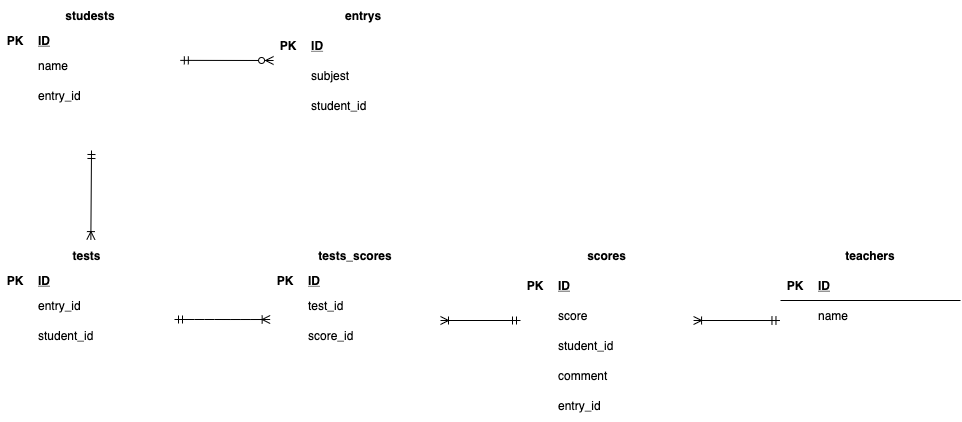
katorifuge/20210519teramoto keeps this draw.io diagram as index.drawio.png. Above is the earlier version. Source tidied: cells renumbered, new cells last; positions are measured from the earlier drawing's top-left corner, leaving out a move shared by most shapes.
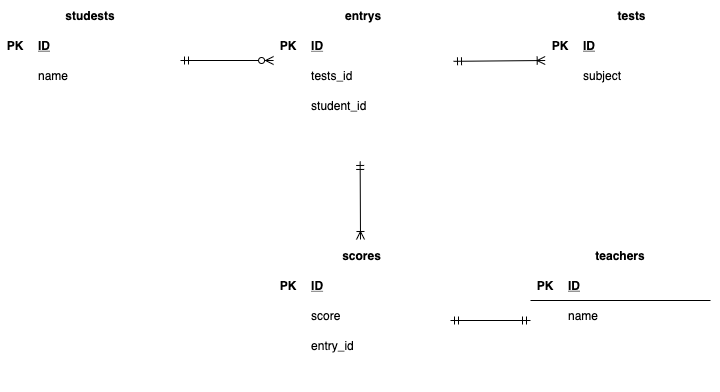
Later version of the same file.

Diff of the diagram source:
```diff
@@ -3,37 +3,37 @@
     <mxCell id="0" />
     <mxCell id="1" parent="0" />
     <mxCell id="2" value="tests" style="shape=table;startSize=30;rowLines=0;fontStyle=1;align=center;strokeColor=#FFFFFF;" parent="1" vertex="1">
-      <mxGeometry y="240" width="173.1" height="150" as="geometry" />
+      <mxGeometry x="545" width="173.1" height="160" as="geometry" />
     </mxCell>
     <mxCell id="3" style="shape=partialRectangle;fillColor=none;top=0;left=0;bottom=1;right=0;strokeColor=#FFFFFF;" parent="2" vertex="1">
-      <mxGeometry y="30" width="173.1" height="20" as="geometry" />
+      <mxGeometry y="30" width="173.1" height="30" as="geometry" />
     </mxCell>
     <mxCell id="4" value="PK" style="shape=partialRectangle;fillColor=none;top=0;left=0;bottom=0;right=0;fontStyle=1;overflow=hidden;strokeColor=#FFFFFF;" parent="3" vertex="1">
-      <mxGeometry width="30" height="20" as="geometry" />
+      <mxGeometry width="30" height="30" as="geometry" />
     </mxCell>
     <mxCell id="5" value="ID" style="shape=partialRectangle;fillColor=none;top=0;left=0;bottom=0;right=0;align=left;spacingLeft=6;fontStyle=5;overflow=hidden;strokeColor=#FFFFFF;" parent="3" vertex="1">
-      <mxGeometry x="30" width="143.1" height="20" as="geometry" />
+      <mxGeometry x="30" width="143.1" height="30" as="geometry" />
     </mxCell>
     <mxCell id="6" style="shape=partialRectangle;fillColor=none;top=0;left=0;bottom=0;right=0;strokeColor=#FFFFFF;" parent="2" vertex="1">
-      <mxGeometry y="50" width="173.1" height="30" as="geometry" />
+      <mxGeometry y="60" width="173.1" height="30" as="geometry" />
     </mxCell>
     <mxCell id="7" style="shape=partialRectangle;fillColor=none;top=0;left=0;bottom=0;right=0;overflow=hidden;strokeColor=#FFFFFF;" parent="6" vertex="1">
       <mxGeometry width="30" height="30" as="geometry" />
     </mxCell>
-    <mxCell id="8" value="entry_id" style="shape=partialRectangle;fillColor=none;top=0;left=0;bottom=0;right=0;align=left;spacingLeft=6;overflow=hidden;strokeColor=#FFFFFF;" parent="6" vertex="1">
+    <mxCell id="8" value="subject" style="shape=partialRectangle;fillColor=none;top=0;left=0;bottom=0;right=0;align=left;spacingLeft=6;overflow=hidden;strokeColor=#FFFFFF;" parent="6" vertex="1">
       <mxGeometry x="30" width="143.1" height="30" as="geometry" />
     </mxCell>
     <mxCell id="9" style="shape=partialRectangle;fillColor=none;top=0;left=0;bottom=0;right=0;strokeColor=#FFFFFF;" parent="2" vertex="1">
-      <mxGeometry y="80" width="173.1" height="30" as="geometry" />
+      <mxGeometry y="90" width="173.1" height="30" as="geometry" />
     </mxCell>
     <mxCell id="10" style="shape=partialRectangle;fillColor=none;top=0;left=0;bottom=0;right=0;overflow=hidden;strokeColor=#FFFFFF;" parent="9" vertex="1">
       <mxGeometry width="30" height="30" as="geometry" />
     </mxCell>
-    <mxCell id="11" value="student_id" style="shape=partialRectangle;fillColor=none;top=0;left=0;bottom=0;right=0;align=left;spacingLeft=6;overflow=hidden;strokeColor=#FFFFFF;" parent="9" vertex="1">
+    <mxCell id="11" style="shape=partialRectangle;fillColor=none;top=0;left=0;bottom=0;right=0;align=left;spacingLeft=6;overflow=hidden;strokeColor=#FFFFFF;" parent="9" vertex="1">
       <mxGeometry x="30" width="143.1" height="30" as="geometry" />
     </mxCell>
     <mxCell id="12" style="shape=partialRectangle;fillColor=none;top=0;left=0;bottom=0;right=0;strokeColor=#FFFFFF;" parent="2" vertex="1">
-      <mxGeometry y="110" width="173.1" height="30" as="geometry" />
+      <mxGeometry y="120" width="173.1" height="30" as="geometry" />
     </mxCell>
     <mxCell id="13" style="shape=partialRectangle;fillColor=none;top=0;left=0;bottom=0;right=0;overflow=hidden;strokeColor=#FFFFFF;" parent="12" vertex="1">
       <mxGeometry width="30" height="30" as="geometry" />
@@ -42,19 +42,19 @@
       <mxGeometry x="30" width="143.1" height="30" as="geometry" />
     </mxCell>
     <mxCell id="15" value="studests" style="shape=table;startSize=30;rowLines=0;fontStyle=1;align=center;strokeColor=#FFFFFF;" parent="1" vertex="1">
-      <mxGeometry width="180" height="150" as="geometry" />
+      <mxGeometry width="180" height="160" as="geometry" />
     </mxCell>
     <mxCell id="16" style="shape=partialRectangle;fillColor=none;top=0;left=0;bottom=1;right=0;strokeColor=#FFFFFF;" parent="15" vertex="1">
-      <mxGeometry y="30" width="180" height="20" as="geometry" />
+      <mxGeometry y="30" width="180" height="30" as="geometry" />
     </mxCell>
     <mxCell id="17" value="PK" style="shape=partialRectangle;fillColor=none;top=0;left=0;bottom=0;right=0;fontStyle=1;overflow=hidden;strokeColor=#FFFFFF;" parent="16" vertex="1">
-      <mxGeometry width="30" height="20" as="geometry" />
+      <mxGeometry width="30" height="30" as="geometry" />
     </mxCell>
     <mxCell id="18" value="ID" style="shape=partialRectangle;fillColor=none;top=0;left=0;bottom=0;right=0;align=left;spacingLeft=6;fontStyle=5;overflow=hidden;strokeColor=#FFFFFF;" parent="16" vertex="1">
-      <mxGeometry x="30" width="150" height="20" as="geometry" />
+      <mxGeometry x="30" width="150" height="30" as="geometry" />
     </mxCell>
     <mxCell id="19" style="shape=partialRectangle;fillColor=none;top=0;left=0;bottom=0;right=0;points=[[0,0.5],[1,0.5]];portConstraint=eastwest;strokeColor=#FFFFFF;" parent="15" vertex="1">
-      <mxGeometry y="50" width="180" height="30" as="geometry" />
+      <mxGeometry y="60" width="180" height="30" as="geometry" />
     </mxCell>
     <mxCell id="20" style="shape=partialRectangle;fillColor=none;top=0;left=0;bottom=0;right=0;overflow=hidden;strokeColor=#FFFFFF;" parent="19" vertex="1">
       <mxGeometry width="30" height="30" as="geometry" />
@@ -63,16 +63,16 @@
       <mxGeometry x="30" width="150" height="30" as="geometry" />
     </mxCell>
     <mxCell id="22" style="shape=partialRectangle;fillColor=none;top=0;left=0;bottom=0;right=0;strokeColor=#FFFFFF;" parent="15" vertex="1">
-      <mxGeometry y="80" width="180" height="30" as="geometry" />
+      <mxGeometry y="90" width="180" height="30" as="geometry" />
     </mxCell>
     <mxCell id="23" style="shape=partialRectangle;fillColor=none;top=0;left=0;bottom=0;right=0;overflow=hidden;strokeColor=#FFFFFF;" parent="22" vertex="1">
       <mxGeometry width="30" height="30" as="geometry" />
     </mxCell>
-    <mxCell id="24" value="entry_id" style="shape=partialRectangle;fillColor=none;top=0;left=0;bottom=0;right=0;align=left;spacingLeft=6;overflow=hidden;strokeColor=#FFFFFF;" parent="22" vertex="1">
+    <mxCell id="24" style="shape=partialRectangle;fillColor=none;top=0;left=0;bottom=0;right=0;align=left;spacingLeft=6;overflow=hidden;strokeColor=#FFFFFF;" parent="22" vertex="1">
       <mxGeometry x="30" width="150" height="30" as="geometry" />
     </mxCell>
     <mxCell id="25" style="shape=partialRectangle;fillColor=none;top=0;left=0;bottom=0;right=0;strokeColor=#FFFFFF;" parent="15" vertex="1">
-      <mxGeometry y="110" width="180" height="30" as="geometry" />
+      <mxGeometry y="120" width="180" height="30" as="geometry" />
     </mxCell>
     <mxCell id="26" style="shape=partialRectangle;fillColor=none;top=0;left=0;bottom=0;right=0;overflow=hidden;strokeColor=#FFFFFF;" parent="25" vertex="1">
       <mxGeometry width="30" height="30" as="geometry" />
@@ -84,7 +84,7 @@
       <mxGeometry x="273.1" width="180" height="140" as="geometry" />
     </mxCell>
     <mxCell id="29" value="entrys" style="shape=table;startSize=30;rowLines=0;fontStyle=1;align=center;strokeColor=#FFFFFF;" parent="28" vertex="1">
-      <mxGeometry width="180" height="150" as="geometry" />
+      <mxGeometry width="180" height="160" as="geometry" />
     </mxCell>
     <mxCell id="30" style="shape=partialRectangle;fillColor=none;top=0;left=0;bottom=1;right=0;strokeColor=#FFFFFF;" parent="29" vertex="1">
       <mxGeometry y="30" width="180" height="30" as="geometry" />
@@ -101,7 +101,7 @@
     <mxCell id="34" style="shape=partialRectangle;fillColor=none;top=0;left=0;bottom=0;right=0;overflow=hidden;strokeColor=#FFFFFF;" parent="33" vertex="1">
       <mxGeometry width="30" height="30" as="geometry" />
     </mxCell>
-    <mxCell id="35" value="subjest" style="shape=partialRectangle;fillColor=none;top=0;left=0;bottom=0;right=0;align=left;spacingLeft=6;overflow=hidden;strokeColor=#FFFFFF;" parent="33" vertex="1">
+    <mxCell id="35" value="tests_id" style="shape=partialRectangle;fillColor=none;top=0;left=0;bottom=0;right=0;align=left;spacingLeft=6;overflow=hidden;strokeColor=#FFFFFF;" parent="33" vertex="1">
       <mxGeometry x="30" width="150" height="30" as="geometry" />
     </mxCell>
     <mxCell id="36" style="shape=partialRectangle;fillColor=none;top=0;left=0;bottom=0;right=0;strokeColor=#FFFFFF;" parent="29" vertex="1">
@@ -114,25 +114,26 @@
       <mxGeometry x="30" width="150" height="30" as="geometry" />
     </mxCell>
     <mxCell id="39" style="shape=partialRectangle;fillColor=none;top=0;left=0;bottom=0;right=0;points=[[0,0.5],[1,0.5]];portConstraint=eastwest;strokeColor=#FFFFFF;" parent="29" vertex="1">
-      <mxGeometry y="120" width="180" height="30" as="geometry" />
+      <mxGeometry y="120" width="180" height="40" as="geometry" />
     </mxCell>
     <mxCell id="40" style="shape=partialRectangle;fillColor=none;top=0;left=0;bottom=0;right=0;overflow=hidden;strokeColor=#FFFFFF;" parent="39" vertex="1">
-      <mxGeometry width="30" height="30" as="geometry" />
+      <mxGeometry width="30" height="40" as="geometry" />
     </mxCell>
     <mxCell id="41" style="shape=partialRectangle;fillColor=none;top=0;left=0;bottom=0;right=0;align=left;spacingLeft=6;overflow=hidden;strokeColor=#FFFFFF;" parent="39" vertex="1">
-      <mxGeometry x="30" width="150" height="30" as="geometry" />
+      <mxGeometry x="30" width="150" height="40" as="geometry" />
     </mxCell>
-    <mxCell id="42" style="fontSize=12;html=1;endArrow=ERzeroToMany;startArrow=ERmandOne;entryX=0;entryY=0;entryDx=0;entryDy=0;entryPerimeter=0;startFill=0;exitX=0.999;exitY=0.329;exitDx=0;exitDy=0;exitPerimeter=0;" parent="1" edge="1" source="19" target="33">
-      <mxGeometry relative="1" as="geometry" />
+    <mxCell id="42" style="fontSize=12;html=1;endArrow=ERzeroToMany;startArrow=ERmandOne;entryX=0;entryY=0;entryDx=0;entryDy=0;entryPerimeter=0;startFill=0;" parent="1" edge="1" target="33">
+      <mxGeometry relative="1" as="geometry">
+        <mxPoint x="180" y="60" as="sourcePoint" />
+      </mxGeometry>
     </mxCell>
-    <mxCell id="43" style="fontSize=12;html=1;endArrow=ERmandOne;startArrow=ERoneToMany;endFill=0;startFill=0;exitX=0.552;exitY=-0.006;exitDx=0;exitDy=0;exitPerimeter=0;" parent="1" edge="1">
+    <mxCell id="43" style="fontSize=12;html=1;endArrow=ERmandOne;startArrow=ERoneToMany;endFill=0;startFill=0;entryX=0.481;entryY=1.024;entryDx=0;entryDy=0;entryPerimeter=0;" parent="1" edge="1" target="39">
       <mxGeometry relative="1" as="geometry">
-        <mxPoint x="90.4" y="239.1" as="sourcePoint" />
-        <mxPoint x="91" y="150" as="targetPoint" />
+        <mxPoint x="360" y="239" as="sourcePoint" />
       </mxGeometry>
     </mxCell>
     <mxCell id="44" value="teachers" style="shape=table;startSize=30;rowLines=0;fontStyle=1;align=center;strokeColor=#FFFFFF;" parent="1" vertex="1">
-      <mxGeometry x="780" y="240" width="180" height="150" as="geometry" />
+      <mxGeometry x="530" y="240" width="180" height="150" as="geometry" />
     </mxCell>
     <mxCell id="45" style="shape=partialRectangle;fillColor=none;top=0;left=0;bottom=1;right=0;" parent="44" vertex="1">
       <mxGeometry y="30" width="180" height="30" as="geometry" />
@@ -171,100 +172,55 @@
       <mxGeometry x="30" width="150" height="30" as="geometry" />
     </mxCell>
     <mxCell id="57" value="scores" style="shape=table;startSize=30;rowLines=0;fontStyle=1;align=center;strokeColor=#FFFFFF;" parent="1" vertex="1">
-      <mxGeometry x="520" y="240" width="173.1" height="180" as="geometry" />
+      <mxGeometry x="273.1" y="240" width="176.9" height="150" as="geometry" />
     </mxCell>
     <mxCell id="58" style="shape=partialRectangle;fillColor=none;top=0;left=0;bottom=1;right=0;strokeColor=#FFFFFF;" parent="57" vertex="1">
-      <mxGeometry y="30" width="173.1" height="30" as="geometry" />
+      <mxGeometry y="30" width="176.9" height="30" as="geometry" />
     </mxCell>
     <mxCell id="59" value="PK" style="shape=partialRectangle;fillColor=none;top=0;left=0;bottom=0;right=0;fontStyle=1;overflow=hidden;strokeColor=#FFFFFF;" parent="58" vertex="1">
       <mxGeometry width="30" height="30" as="geometry" />
     </mxCell>
     <mxCell id="60" value="ID" style="shape=partialRectangle;fillColor=none;top=0;left=0;bottom=0;right=0;align=left;spacingLeft=6;fontStyle=5;overflow=hidden;strokeColor=#FFFFFF;" parent="58" vertex="1">
-      <mxGeometry x="30" width="143.1" height="30" as="geometry" />
+      <mxGeometry x="30" width="146.9" height="30" as="geometry" />
     </mxCell>
     <mxCell id="61" style="shape=partialRectangle;fillColor=none;top=0;left=0;bottom=0;right=0;strokeColor=#FFFFFF;" parent="57" vertex="1">
-      <mxGeometry y="60" width="173.1" height="30" as="geometry" />
+      <mxGeometry y="60" width="176.9" height="30" as="geometry" />
     </mxCell>
     <mxCell id="62" style="shape=partialRectangle;fillColor=none;top=0;left=0;bottom=0;right=0;overflow=hidden;strokeColor=#FFFFFF;" parent="61" vertex="1">
       <mxGeometry width="30" height="30" as="geometry" />
     </mxCell>
     <mxCell id="63" value="score" style="shape=partialRectangle;fillColor=none;top=0;left=0;bottom=0;right=0;align=left;spacingLeft=6;overflow=hidden;strokeColor=#FFFFFF;" parent="61" vertex="1">
-      <mxGeometry x="30" width="143.1" height="30" as="geometry" />
+      <mxGeometry x="30" width="146.9" height="30" as="geometry" />
     </mxCell>
     <mxCell id="64" style="shape=partialRectangle;fillColor=none;top=0;left=0;bottom=0;right=0;strokeColor=#FFFFFF;" parent="57" vertex="1">
-      <mxGeometry y="90" width="173.1" height="30" as="geometry" />
+      <mxGeometry y="90" width="176.9" height="30" as="geometry" />
     </mxCell>
     <mxCell id="65" style="shape=partialRectangle;fillColor=none;top=0;left=0;bottom=0;right=0;overflow=hidden;strokeColor=#FFFFFF;" parent="64" vertex="1">
       <mxGeometry width="30" height="30" as="geometry" />
     </mxCell>
-    <mxCell id="66" value="student_id" style="shape=partialRectangle;fillColor=none;top=0;left=0;bottom=0;right=0;align=left;spacingLeft=6;overflow=hidden;strokeColor=#FFFFFF;" parent="64" vertex="1">
-      <mxGeometry x="30" width="143.1" height="30" as="geometry" />
+    <mxCell id="66" value="entry_id" style="shape=partialRectangle;fillColor=none;top=0;left=0;bottom=0;right=0;align=left;spacingLeft=6;overflow=hidden;strokeColor=#FFFFFF;" parent="64" vertex="1">
+      <mxGeometry x="30" width="146.9" height="30" as="geometry" />
     </mxCell>
     <mxCell id="67" style="shape=partialRectangle;fillColor=none;top=0;left=0;bottom=0;right=0;strokeColor=#FFFFFF;" parent="57" vertex="1">
-      <mxGeometry y="120" width="173.1" height="30" as="geometry" />
+      <mxGeometry y="120" width="176.9" height="30" as="geometry" />
     </mxCell>
     <mxCell id="68" style="shape=partialRectangle;fillColor=none;top=0;left=0;bottom=0;right=0;overflow=hidden;strokeColor=#FFFFFF;" parent="67" vertex="1">
       <mxGeometry width="30" height="30" as="geometry" />
     </mxCell>
-    <mxCell id="69" value="comment" style="shape=partialRectangle;fillColor=none;top=0;left=0;bottom=0;right=0;align=left;spacingLeft=6;overflow=hidden;strokeColor=#FFFFFF;" parent="67" vertex="1">
-      <mxGeometry x="30" width="143.1" height="30" as="geometry" />
+    <mxCell id="69" style="shape=partialRectangle;fillColor=none;top=0;left=0;bottom=0;right=0;align=left;spacingLeft=6;overflow=hidden;strokeColor=#FFFFFF;" parent="67" vertex="1">
+      <mxGeometry x="30" width="146.9" height="30" as="geometry" />
     </mxCell>
-    <mxCell id="70" value="tests_scores" style="shape=table;startSize=30;rowLines=0;fontStyle=1;align=center;strokeColor=#FFFFFF;" parent="1" vertex="1">
-      <mxGeometry x="270" y="240" width="170" height="150" as="geometry" />
-    </mxCell>
-    <mxCell id="71" style="shape=partialRectangle;fillColor=none;top=0;left=0;bottom=1;right=0;strokeColor=#FFFFFF;" parent="70" vertex="1">
-      <mxGeometry y="30" width="170" height="20" as="geometry" />
-    </mxCell>
-    <mxCell id="72" value="PK" style="shape=partialRectangle;fillColor=none;top=0;left=0;bottom=0;right=0;fontStyle=1;overflow=hidden;strokeColor=#FFFFFF;" parent="71" vertex="1">
-      <mxGeometry width="30" height="20" as="geometry" />
-    </mxCell>
-    <mxCell id="73" value="ID" style="shape=partialRectangle;fillColor=none;top=0;left=0;bottom=0;right=0;align=left;spacingLeft=6;fontStyle=5;overflow=hidden;strokeColor=#FFFFFF;" parent="71" vertex="1">
-      <mxGeometry x="30" width="140" height="20" as="geometry" />
-    </mxCell>
-    <mxCell id="74" style="shape=partialRectangle;fillColor=none;top=0;left=0;bottom=0;right=0;strokeColor=#FFFFFF;" parent="70" vertex="1">
-      <mxGeometry y="50" width="170" height="30" as="geometry" />
-    </mxCell>
-    <mxCell id="75" style="shape=partialRectangle;fillColor=none;top=0;left=0;bottom=0;right=0;overflow=hidden;strokeColor=#FFFFFF;" parent="74" vertex="1">
-      <mxGeometry width="30" height="30" as="geometry" />
-    </mxCell>
-    <mxCell id="76" value="test_id" style="shape=partialRectangle;fillColor=none;top=0;left=0;bottom=0;right=0;align=left;spacingLeft=6;overflow=hidden;strokeColor=#FFFFFF;" parent="74" vertex="1">
-      <mxGeometry x="30" width="140" height="30" as="geometry" />
-    </mxCell>
-    <mxCell id="77" style="shape=partialRectangle;fillColor=none;top=0;left=0;bottom=0;right=0;points=[[0,0.5],[1,0.5]];portConstraint=eastwest;strokeColor=#FFFFFF;" parent="70" vertex="1">
-      <mxGeometry y="80" width="170" height="30" as="geometry" />
-    </mxCell>
-    <mxCell id="78" style="shape=partialRectangle;fillColor=none;top=0;left=0;bottom=0;right=0;overflow=hidden;strokeColor=#FFFFFF;" parent="77" vertex="1">
-      <mxGeometry width="30" height="30" as="geometry" />
-    </mxCell>
-    <mxCell id="79" value="score_id" style="shape=partialRectangle;fillColor=none;top=0;left=0;bottom=0;right=0;align=left;spacingLeft=6;overflow=hidden;strokeColor=#FFFFFF;" parent="77" vertex="1">
-      <mxGeometry x="30" width="140" height="30" as="geometry" />
-    </mxCell>
-    <mxCell id="80" style="shape=partialRectangle;fillColor=none;top=0;left=0;bottom=0;right=0;strokeColor=#FFFFFF;" parent="70" vertex="1">
-      <mxGeometry y="110" width="170" height="30" as="geometry" />
-    </mxCell>
-    <mxCell id="81" style="shape=partialRectangle;fillColor=none;top=0;left=0;bottom=0;right=0;overflow=hidden;strokeColor=#FFFFFF;" parent="80" vertex="1">
-      <mxGeometry width="30" height="30" as="geometry" />
-    </mxCell>
-    <mxCell id="82" style="shape=partialRectangle;fillColor=none;top=0;left=0;bottom=0;right=0;align=left;spacingLeft=6;overflow=hidden;strokeColor=#FFFFFF;" parent="80" vertex="1">
-      <mxGeometry x="30" width="140" height="30" as="geometry" />
-    </mxCell>
-    <mxCell id="83" style="edgeStyle=entityRelationEdgeStyle;fontSize=12;html=1;endArrow=ERoneToMany;startArrow=ERmandOne;entryX=-0.002;entryY=-0.033;entryDx=0;entryDy=0;entryPerimeter=0;startFill=0;endFill=0;" parent="1" edge="1" target="77">
-      <mxGeometry relative="1" as="geometry">
-        <mxPoint x="174" y="319" as="sourcePoint" />
-      </mxGeometry>
-    </mxCell>
-    <mxCell id="84" style="fontSize=12;html=1;endArrow=ERmandOne;startArrow=ERoneToMany;exitX=1;exitY=0;exitDx=0;exitDy=0;exitPerimeter=0;startFill=0;endFill=0;" parent="1" edge="1" source="77">
+    <mxCell id="84" style="fontSize=12;html=1;endArrow=ERmandOne;startArrow=ERmandOne;startFill=0;endFill=0;" parent="1" edge="1">
       <mxGeometry relative="1" as="geometry">
-        <mxPoint x="520" y="320" as="targetPoint" />
+        <mxPoint x="450" y="320" as="sourcePoint" />
+        <mxPoint x="530" y="320" as="targetPoint" />
       </mxGeometry>
     </mxCell>
-    <mxCell id="85" style="fontSize=12;html=1;endArrow=ERmandOne;startArrow=ERoneToMany;exitX=1;exitY=0;exitDx=0;exitDy=0;exitPerimeter=0;startFill=0;endFill=0;entryX=-0.003;entryY=0.667;entryDx=0;entryDy=0;entryPerimeter=0;" parent="1" edge="1" target="48">
-      <mxGeometry relative="1" as="geometry">
-        <mxPoint x="693.1" y="320" as="sourcePoint" />
-      </mxGeometry>
-    </mxCell>
-    <mxCell id="86" value="entry_id" style="shape=partialRectangle;fillColor=none;top=0;left=0;bottom=0;right=0;align=left;spacingLeft=6;overflow=hidden;strokeColor=#FFFFFF;" parent="1" vertex="1">
-      <mxGeometry x="550" y="390" width="143.1" height="30" as="geometry" />
-    </mxCell>
+    <mxCell id="87" style="fontSize=12;html=1;endArrow=ERoneToMany;startArrow=ERmandOne;exitX=0.985;exitY=-0.1;exitDx=0;exitDy=0;exitPerimeter=0;entryX=-0.017;entryY=0.206;entryDx=0;entryDy=0;entryPerimeter=0;endFill=0;startFill=0;" parent="1" edge="1">
+      <mxGeometry relative="1" as="geometry">
+        <mxPoint x="453" y="60.8" as="sourcePoint" />
+        <mxPoint x="544.7" y="60" as="targetPoint" />
+      </mxGeometry>
+    </mxCell>
   </root>
 </mxGraphModel>
```
